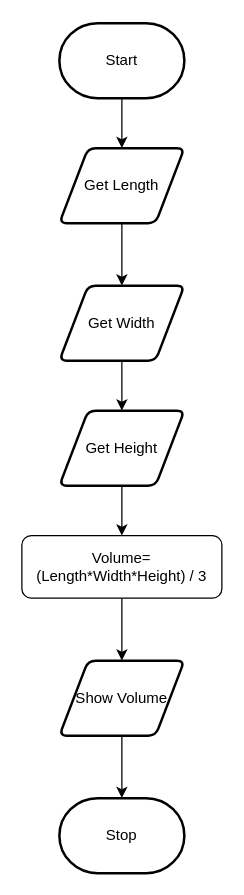
Earlier version of the draw.io diagram design/flowchart.drawio (MTHS-ICD2O-1-2024/ICD2O-Unit-3-02-Adrina-peighambarzadeh). Source tidied: cells renumbered, new cells numbered last; positions are measured from the earlier drawing's top-left corner, leaving out a move shared by most shapes. Both pictures are drawn from the tidied source at 125%, with x=0, y=0 at pixel (21, 22).
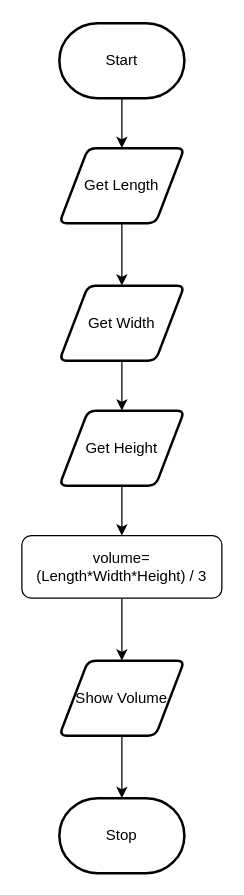
The same page after the edit.

What changed in the source:
```diff
@@
 <mxGraphModel>
   <root>
     <mxCell id="0" />
     <mxCell id="1" parent="0" />
     <mxCell id="2" style="edgeStyle=none;html=1;" parent="1" edge="1" source="3" target="6">
       <mxGeometry relative="1" as="geometry" />
     </mxCell>
     <mxCell id="3" value="Start" style="strokeWidth=2;html=1;shape=mxgraph.flowchart.terminator;whiteSpace=wrap;" parent="1" vertex="1">
       <mxGeometry x="30" width="100" height="60" as="geometry" />
     </mxCell>
     <mxCell id="4" value="Stop" style="strokeWidth=2;html=1;shape=mxgraph.flowchart.terminator;whiteSpace=wrap;" parent="1" vertex="1">
       <mxGeometry x="30" y="620" width="100" height="60" as="geometry" />
     </mxCell>
     <mxCell id="5" style="edgeStyle=none;html=1;" parent="1" edge="1" source="6" target="8">
       <mxGeometry relative="1" as="geometry" />
     </mxCell>
     <mxCell id="6" value="Get Length" style="shape=parallelogram;html=1;strokeWidth=2;perimeter=parallelogramPerimeter;whiteSpace=wrap;rounded=1;arcSize=12;size=0.23;" parent="1" vertex="1">
       <mxGeometry x="30" y="100" width="100" height="60" as="geometry" />
     </mxCell>
     <mxCell id="7" style="edgeStyle=none;html=1;" parent="1" edge="1" source="8" target="10">
       <mxGeometry relative="1" as="geometry" />
     </mxCell>
     <mxCell id="8" value="Get Width" style="shape=parallelogram;html=1;strokeWidth=2;perimeter=parallelogramPerimeter;whiteSpace=wrap;rounded=1;arcSize=12;size=0.23;" parent="1" vertex="1">
       <mxGeometry x="30" y="210" width="100" height="60" as="geometry" />
     </mxCell>
     <mxCell id="9" style="edgeStyle=none;html=1;" parent="1" edge="1" source="10" target="12">
       <mxGeometry relative="1" as="geometry" />
     </mxCell>
     <mxCell id="10" value="Get Height" style="shape=parallelogram;html=1;strokeWidth=2;perimeter=parallelogramPerimeter;whiteSpace=wrap;rounded=1;arcSize=12;size=0.23;" parent="1" vertex="1">
       <mxGeometry x="30" y="310" width="100" height="60" as="geometry" />
     </mxCell>
     <mxCell id="11" style="edgeStyle=none;html=1;" parent="1" edge="1" source="12" target="14">
       <mxGeometry relative="1" as="geometry" />
     </mxCell>
-    <mxCell id="12" value="Volume= (Length*Width*Height) / 3" style="html=1;dashed=0;whiteSpace=wrap;rounded=1;" parent="1" vertex="1">
+    <mxCell id="12" value="volume= (Length*Width*Height) / 3" style="html=1;dashed=0;whiteSpace=wrap;rounded=1;" parent="1" vertex="1">
       <mxGeometry y="410" width="160" height="50" as="geometry" />
     </mxCell>
     <mxCell id="13" style="edgeStyle=none;html=1;" parent="1" edge="1" source="14" target="4">
       <mxGeometry relative="1" as="geometry" />
     </mxCell>
     <mxCell id="14" value="Show Volume" style="shape=parallelogram;html=1;strokeWidth=2;perimeter=parallelogramPerimeter;whiteSpace=wrap;rounded=1;arcSize=12;size=0.23;" parent="1" vertex="1">
       <mxGeometry x="30" y="510" width="100" height="60" as="geometry" />
     </mxCell>
   </root>
 </mxGraphModel>
```
